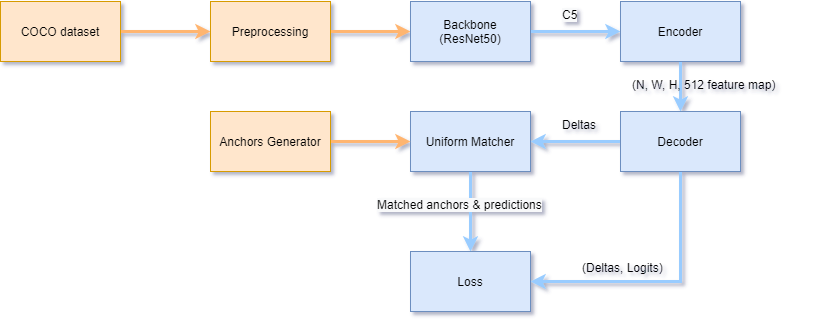
vdbubis/867-Reproducibility keeps this draw.io diagram as figures/YOLOF_training.png. Above is the earlier version. Source tidied: cells renumbered, new cells last; positions are measured from the earlier drawing's top-left corner, leaving out a move shared by most shapes. Source of this version:
```xml
<mxGraphModel shadow="1">
  <root>
    <mxCell id="0" />
    <mxCell id="1" parent="0" />
    <mxCell id="2" style="edgeStyle=orthogonalEdgeStyle;rounded=0;jettySize=auto;html=1;exitX=1;exitY=0.5;exitDx=0;exitDy=0;entryX=0;entryY=0.5;entryDx=0;entryDy=0;fontSize=12;strokeColor=#FFB570;strokeWidth=3;" parent="1" edge="1" source="3" target="5">
      <mxGeometry relative="1" as="geometry" />
    </mxCell>
    <mxCell id="3" value="COCO dataset" style="rounded=0;whiteSpace=wrap;html=1;fontSize=12;fillColor=#ffe6cc;strokeColor=#d79b00;" parent="1" vertex="1">
      <mxGeometry width="120" height="60" as="geometry" />
    </mxCell>
    <mxCell id="4" style="edgeStyle=orthogonalEdgeStyle;rounded=0;jettySize=auto;html=1;exitX=1;exitY=0.5;exitDx=0;exitDy=0;fontSize=12;strokeColor=#FFB570;strokeWidth=3;" parent="1" edge="1" source="5" target="7">
      <mxGeometry relative="1" as="geometry" />
    </mxCell>
    <mxCell id="5" value="Preprocessing" style="rounded=0;whiteSpace=wrap;html=1;fontSize=12;fillColor=#ffe6cc;strokeColor=#d79b00;" parent="1" vertex="1">
      <mxGeometry x="210" width="120" height="60" as="geometry" />
    </mxCell>
    <mxCell id="6" style="edgeStyle=orthogonalEdgeStyle;rounded=0;jettySize=auto;html=1;exitX=1;exitY=0.5;exitDx=0;exitDy=0;entryX=0;entryY=0.5;entryDx=0;entryDy=0;fontSize=12;strokeColor=#99CCFF;strokeWidth=3;" parent="1" edge="1" source="7" target="9">
      <mxGeometry relative="1" as="geometry" />
    </mxCell>
    <mxCell id="7" value="Backbone&lt;br&gt;(ResNet50)" style="rounded=0;whiteSpace=wrap;html=1;fontSize=12;fillColor=#dae8fc;strokeColor=#6c8ebf;" parent="1" vertex="1">
      <mxGeometry x="410" width="120" height="60" as="geometry" />
    </mxCell>
    <mxCell id="8" style="edgeStyle=orthogonalEdgeStyle;rounded=0;jettySize=auto;html=1;exitX=0.5;exitY=1;exitDx=0;exitDy=0;entryX=0.5;entryY=0;entryDx=0;entryDy=0;fontSize=12;strokeColor=#99CCFF;strokeWidth=3;" parent="1" edge="1" source="9" target="12">
      <mxGeometry relative="1" as="geometry" />
    </mxCell>
    <mxCell id="9" value="Encoder" style="rounded=0;whiteSpace=wrap;html=1;fontSize=12;fillColor=#dae8fc;strokeColor=#6c8ebf;" parent="1" vertex="1">
      <mxGeometry x="620" width="120" height="60" as="geometry" />
    </mxCell>
    <mxCell id="10" style="edgeStyle=orthogonalEdgeStyle;rounded=0;jettySize=auto;html=1;entryX=1;entryY=0.5;entryDx=0;entryDy=0;fontSize=12;strokeColor=#99CCFF;strokeWidth=3;" parent="1" edge="1" source="12" target="14">
      <mxGeometry relative="1" as="geometry" />
    </mxCell>
    <mxCell id="11" style="edgeStyle=orthogonalEdgeStyle;rounded=0;jettySize=auto;html=1;entryX=1;entryY=0.5;entryDx=0;entryDy=0;fontSize=12;strokeColor=#99CCFF;strokeWidth=3;" parent="1" edge="1" source="12" target="17">
      <mxGeometry relative="1" as="geometry">
        <Array as="points">
          <mxPoint x="680" y="280" />
        </Array>
      </mxGeometry>
    </mxCell>
    <mxCell id="12" value="Decoder" style="rounded=0;whiteSpace=wrap;html=1;fontSize=12;fillColor=#dae8fc;strokeColor=#6c8ebf;" parent="1" vertex="1">
      <mxGeometry x="620" y="110" width="120" height="60" as="geometry" />
    </mxCell>
    <mxCell id="13" style="edgeStyle=orthogonalEdgeStyle;rounded=0;jettySize=auto;html=1;exitX=0.5;exitY=1;exitDx=0;exitDy=0;fontSize=12;strokeColor=#99CCFF;strokeWidth=3;" parent="1" edge="1" source="14" target="17">
      <mxGeometry relative="1" as="geometry" />
    </mxCell>
    <mxCell id="14" value="Uniform Matcher" style="rounded=0;whiteSpace=wrap;html=1;fontSize=12;fillColor=#dae8fc;strokeColor=#6c8ebf;" parent="1" vertex="1">
      <mxGeometry x="410" y="110" width="120" height="60" as="geometry" />
    </mxCell>
    <mxCell id="15" style="edgeStyle=orthogonalEdgeStyle;rounded=0;jettySize=auto;html=1;exitX=1;exitY=0.5;exitDx=0;exitDy=0;fontSize=12;strokeWidth=3;strokeColor=#FFB570;" parent="1" edge="1" source="16" target="14">
      <mxGeometry relative="1" as="geometry" />
    </mxCell>
    <mxCell id="16" value="Anchors Generator" style="rounded=0;whiteSpace=wrap;html=1;fontSize=12;fillColor=#ffe6cc;strokeColor=#d79b00;" parent="1" vertex="1">
      <mxGeometry x="210" y="110" width="120" height="60" as="geometry" />
    </mxCell>
    <mxCell id="17" value="Loss" style="rounded=0;whiteSpace=wrap;html=1;fontSize=12;fillColor=#dae8fc;strokeColor=#6c8ebf;" parent="1" vertex="1">
      <mxGeometry x="410" y="250" width="120" height="60" as="geometry" />
    </mxCell>
    <mxCell id="18" value="&lt;span style=&quot;color: rgb(0, 0, 0); font-family: helvetica; font-size: 12px; font-style: normal; font-weight: 400; letter-spacing: normal; text-align: center; text-indent: 0px; text-transform: none; word-spacing: 0px; background-color: rgb(248, 249, 250); display: inline; float: none;&quot;&gt;Matched anchors &amp;amp; predictions&lt;/span&gt;" style="text;whiteSpace=wrap;html=1;fontSize=12;" parent="1" vertex="1">
      <mxGeometry x="375" y="190" width="190" height="30" as="geometry" />
    </mxCell>
    <mxCell id="19" value="&lt;span style=&quot;color: rgb(0 , 0 , 0) ; font-family: &amp;#34;helvetica&amp;#34; ; font-size: 12px ; font-style: normal ; font-weight: 400 ; letter-spacing: normal ; text-align: center ; text-indent: 0px ; text-transform: none ; word-spacing: 0px ; background-color: rgb(248 , 249 , 250) ; display: inline ; float: none&quot;&gt;C5&lt;/span&gt;" style="text;whiteSpace=wrap;html=1;fontSize=12;strokeWidth=2;" parent="1" vertex="1">
      <mxGeometry x="560" width="190" height="30" as="geometry" />
    </mxCell>
    <mxCell id="20" value="(N, W, H, 512 feature map)" style="text;whiteSpace=wrap;html=1;fontSize=12;" parent="1" vertex="1">
      <mxGeometry x="630" y="70" width="160" height="30" as="geometry" />
    </mxCell>
    <mxCell id="21" value="&lt;div style=&quot;text-align: center&quot;&gt;&lt;span&gt;&lt;font face=&quot;helvetica&quot;&gt;Deltas&lt;/font&gt;&lt;/span&gt;&lt;/div&gt;" style="text;whiteSpace=wrap;html=1;fontSize=12;" parent="1" vertex="1">
      <mxGeometry x="560" y="110" width="190" height="30" as="geometry" />
    </mxCell>
    <mxCell id="22" value="&lt;font style=&quot;font-size: 12px&quot;&gt;(Deltas, Logits)&lt;/font&gt;" style="text;whiteSpace=wrap;html=1;fontSize=36;" parent="1" vertex="1">
      <mxGeometry x="580" y="230" width="240" height="60" as="geometry" />
    </mxCell>
  </root>
</mxGraphModel>
```
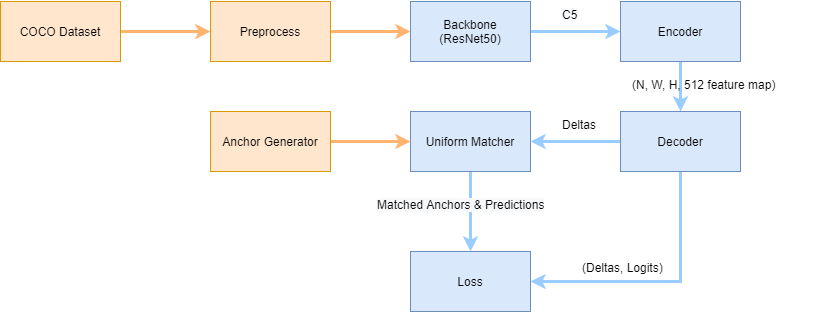
The same diagram one commit later.

The edit, as a diff of the source:
```diff
@@ -1,17 +1,17 @@
-<mxGraphModel shadow="1">
+<mxGraphModel background="#ffffff">
   <root>
     <mxCell id="0" />
     <mxCell id="1" parent="0" />
     <mxCell id="2" style="edgeStyle=orthogonalEdgeStyle;rounded=0;jettySize=auto;html=1;exitX=1;exitY=0.5;exitDx=0;exitDy=0;entryX=0;entryY=0.5;entryDx=0;entryDy=0;fontSize=12;strokeColor=#FFB570;strokeWidth=3;" parent="1" edge="1" source="3" target="5">
       <mxGeometry relative="1" as="geometry" />
     </mxCell>
-    <mxCell id="3" value="COCO dataset" style="rounded=0;whiteSpace=wrap;html=1;fontSize=12;fillColor=#ffe6cc;strokeColor=#d79b00;" parent="1" vertex="1">
+    <mxCell id="3" value="COCO Dataset" style="rounded=0;whiteSpace=wrap;html=1;fontSize=12;fillColor=#ffe6cc;strokeColor=#d79b00;" parent="1" vertex="1">
       <mxGeometry width="120" height="60" as="geometry" />
     </mxCell>
     <mxCell id="4" style="edgeStyle=orthogonalEdgeStyle;rounded=0;jettySize=auto;html=1;exitX=1;exitY=0.5;exitDx=0;exitDy=0;fontSize=12;strokeColor=#FFB570;strokeWidth=3;" parent="1" edge="1" source="5" target="7">
       <mxGeometry relative="1" as="geometry" />
     </mxCell>
-    <mxCell id="5" value="Preprocessing" style="rounded=0;whiteSpace=wrap;html=1;fontSize=12;fillColor=#ffe6cc;strokeColor=#d79b00;" parent="1" vertex="1">
+    <mxCell id="5" value="Preprocess" style="rounded=0;whiteSpace=wrap;html=1;fontSize=12;fillColor=#ffe6cc;strokeColor=#d79b00;" parent="1" vertex="1">
       <mxGeometry x="210" width="120" height="60" as="geometry" />
     </mxCell>
     <mxCell id="6" style="edgeStyle=orthogonalEdgeStyle;rounded=0;jettySize=auto;html=1;exitX=1;exitY=0.5;exitDx=0;exitDy=0;entryX=0;entryY=0.5;entryDx=0;entryDy=0;fontSize=12;strokeColor=#99CCFF;strokeWidth=3;" parent="1" edge="1" source="7" target="9">
@@ -48,13 +48,13 @@
     <mxCell id="15" style="edgeStyle=orthogonalEdgeStyle;rounded=0;jettySize=auto;html=1;exitX=1;exitY=0.5;exitDx=0;exitDy=0;fontSize=12;strokeWidth=3;strokeColor=#FFB570;" parent="1" edge="1" source="16" target="14">
       <mxGeometry relative="1" as="geometry" />
     </mxCell>
-    <mxCell id="16" value="Anchors Generator" style="rounded=0;whiteSpace=wrap;html=1;fontSize=12;fillColor=#ffe6cc;strokeColor=#d79b00;" parent="1" vertex="1">
+    <mxCell id="16" value="&lt;span style=&quot;font-style: inherit ; font-weight: inherit&quot;&gt;&lt;font style=&quot;font-size: 12px&quot;&gt;Anchor Generator&lt;/font&gt;&lt;/span&gt;" style="rounded=0;whiteSpace=wrap;html=1;fontSize=12;fillColor=#ffe6cc;strokeColor=#d79b00;" parent="1" vertex="1">
       <mxGeometry x="210" y="110" width="120" height="60" as="geometry" />
     </mxCell>
     <mxCell id="17" value="Loss" style="rounded=0;whiteSpace=wrap;html=1;fontSize=12;fillColor=#dae8fc;strokeColor=#6c8ebf;" parent="1" vertex="1">
       <mxGeometry x="410" y="250" width="120" height="60" as="geometry" />
     </mxCell>
-    <mxCell id="18" value="&lt;span style=&quot;color: rgb(0, 0, 0); font-family: helvetica; font-size: 12px; font-style: normal; font-weight: 400; letter-spacing: normal; text-align: center; text-indent: 0px; text-transform: none; word-spacing: 0px; background-color: rgb(248, 249, 250); display: inline; float: none;&quot;&gt;Matched anchors &amp;amp; predictions&lt;/span&gt;" style="text;whiteSpace=wrap;html=1;fontSize=12;" parent="1" vertex="1">
+    <mxCell id="18" value="&lt;span style=&quot;color: rgb(0 , 0 , 0) ; font-family: &amp;#34;helvetica&amp;#34; ; font-size: 12px ; font-style: normal ; font-weight: 400 ; letter-spacing: normal ; text-align: center ; text-indent: 0px ; text-transform: none ; word-spacing: 0px ; background-color: rgb(248 , 249 , 250) ; display: inline ; float: none&quot;&gt;Matched Anchors &amp;amp; Predictions&lt;/span&gt;" style="text;whiteSpace=wrap;html=1;fontSize=12;" parent="1" vertex="1">
       <mxGeometry x="375" y="190" width="190" height="30" as="geometry" />
     </mxCell>
     <mxCell id="19" value="&lt;span style=&quot;color: rgb(0 , 0 , 0) ; font-family: &amp;#34;helvetica&amp;#34; ; font-size: 12px ; font-style: normal ; font-weight: 400 ; letter-spacing: normal ; text-align: center ; text-indent: 0px ; text-transform: none ; word-spacing: 0px ; background-color: rgb(248 , 249 , 250) ; display: inline ; float: none&quot;&gt;C5&lt;/span&gt;" style="text;whiteSpace=wrap;html=1;fontSize=12;strokeWidth=2;" parent="1" vertex="1">
```
